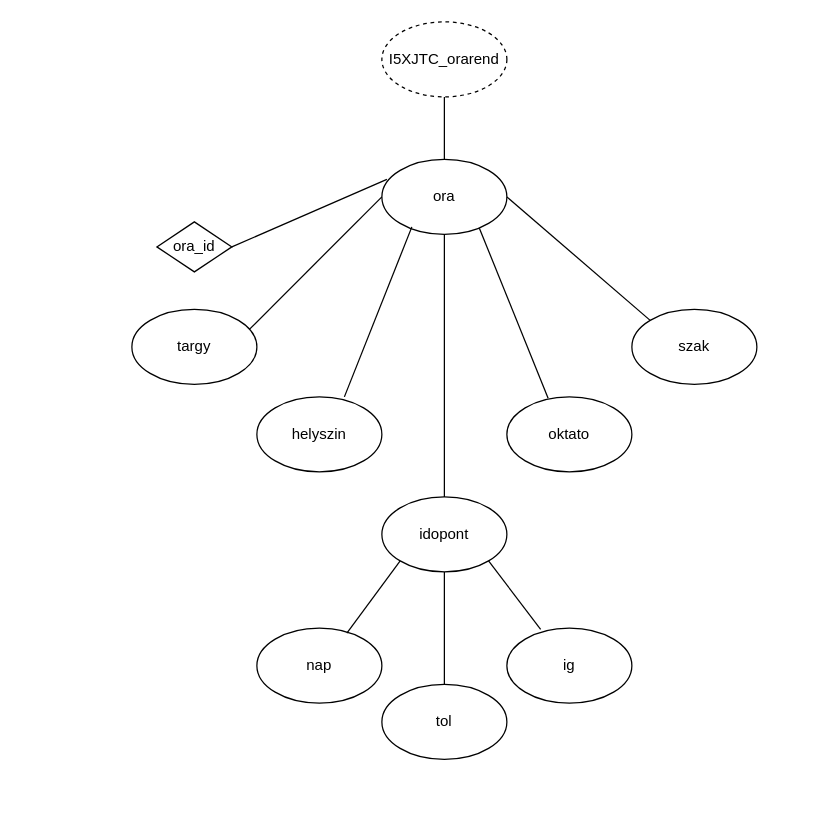
The draw.io diagram I5XJTC_0927/I5XJTC.orarendXDM.drawio in kilesz/I5XJTC_XMLGyak, before the edit. Source tidied: cells renumbered, new cells numbered last; positions are measured from the earlier drawing's top-left corner, leaving out a move shared by most shapes. Both pictures are drawn from the tidied source at 125%, with x=0, y=0 at pixel (131, 21).
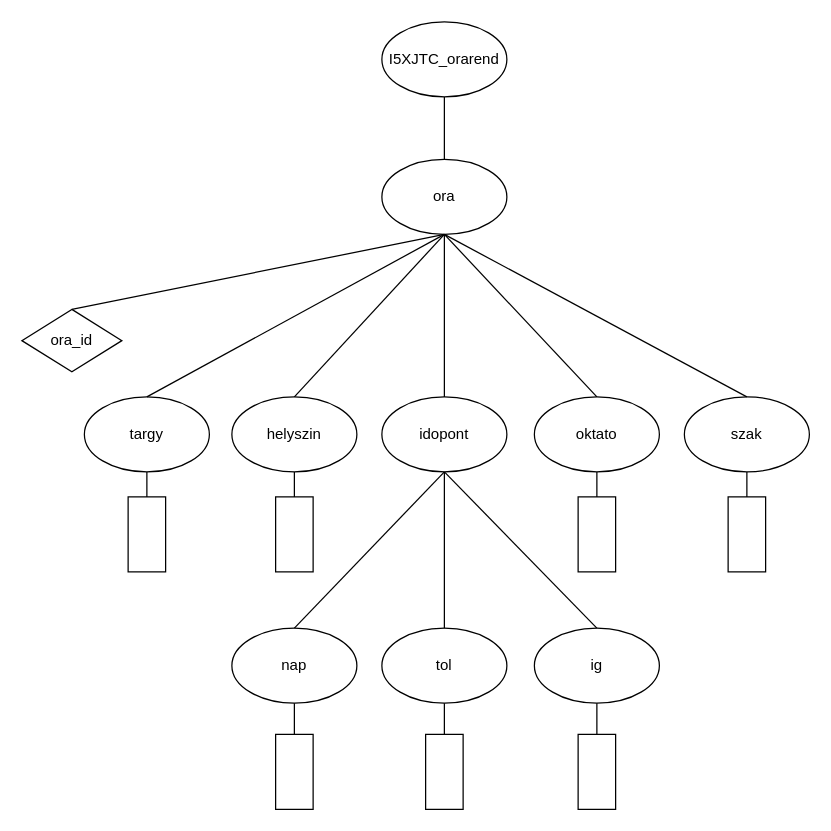
The same page after the edit.

The change refers to these unchanged cells:
```xml
<mxCell id="2" value="ora" style="ellipse;whiteSpace=wrap;html=1;" parent="1" vertex="1">
  <mxGeometry x="200" y="110" width="100" height="60" as="geometry" />
</mxCell>
```

The edit, as a diff of the source:
```diff
@@
     <mxCell id="3" value="ora_id" style="rhombus;whiteSpace=wrap;html=1;" parent="1" vertex="1">
-      <mxGeometry x="20" y="160" width="60" height="40" as="geometry" />
+      <mxGeometry x="-88" y="230" width="80" height="50" as="geometry" />
     </mxCell>
-    <mxCell id="4" value="I5XJTC_orarend" style="ellipse;whiteSpace=wrap;html=1;dashed=1;" parent="1" vertex="1">
+    <mxCell id="4" value="I5XJTC_orarend" style="ellipse;whiteSpace=wrap;html=1;" parent="1" vertex="1">
       <mxGeometry x="200" width="100" height="60" as="geometry" />
     </mxCell>
     <mxCell id="5" value="helyszin" style="ellipse;whiteSpace=wrap;html=1;" parent="1" vertex="1">
-      <mxGeometry x="100" y="300" width="100" height="60" as="geometry" />
+      <mxGeometry x="80" y="300" width="100" height="60" as="geometry" />
     </mxCell>
     <mxCell id="6" value="oktato" style="ellipse;whiteSpace=wrap;html=1;" parent="1" vertex="1">
-      <mxGeometry x="300" y="300" width="100" height="60" as="geometry" />
+      <mxGeometry x="322" y="300" width="100" height="60" as="geometry" />
     </mxCell>
     <mxCell id="7" value="idopont" style="ellipse;whiteSpace=wrap;html=1;" parent="1" vertex="1">
-      <mxGeometry x="200" y="380" width="100" height="60" as="geometry" />
+      <mxGeometry x="200" y="300" width="100" height="60" as="geometry" />
     </mxCell>
     <mxCell id="8" value="szak" style="ellipse;whiteSpace=wrap;html=1;" parent="1" vertex="1">
-      <mxGeometry x="400" y="230" width="100" height="60" as="geometry" />
+      <mxGeometry x="442" y="300" width="100" height="60" as="geometry" />
     </mxCell>
     <mxCell id="9" value="targy" style="ellipse;whiteSpace=wrap;html=1;" parent="1" vertex="1">
-      <mxGeometry y="230" width="100" height="60" as="geometry" />
+      <mxGeometry x="-38" y="300" width="100" height="60" as="geometry" />
     </mxCell>
     <mxCell id="10" value="nap" style="ellipse;whiteSpace=wrap;html=1;" parent="1" vertex="1">
-      <mxGeometry x="100" y="485" width="100" height="60" as="geometry" />
+      <mxGeometry x="80" y="485" width="100" height="60" as="geometry" />
     </mxCell>
     <mxCell id="11" value="tol" style="ellipse;whiteSpace=wrap;html=1;" parent="1" vertex="1">
-      <mxGeometry x="200" y="530" width="100" height="60" as="geometry" />
+      <mxGeometry x="200" y="485" width="100" height="60" as="geometry" />
     </mxCell>
     <mxCell id="12" value="ig" style="ellipse;whiteSpace=wrap;html=1;" parent="1" vertex="1">
-      <mxGeometry x="300" y="485" width="100" height="60" as="geometry" />
+      <mxGeometry x="322" y="485" width="100" height="60" as="geometry" />
     </mxCell>
@@
-    <mxCell id="14" style="endArrow=none;html=1;rounded=0;entryX=0.78;entryY=0.917;entryDx=0;entryDy=0;entryPerimeter=0;exitX=0.33;exitY=0.017;exitDx=0;exitDy=0;exitPerimeter=0;" parent="1" edge="1" source="6" target="2">
+    <mxCell id="14" style="endArrow=none;html=1;rounded=0;entryX=0.5;entryY=1;entryDx=0;entryDy=0;exitX=0.5;exitY=0;exitDx=0;exitDy=0;" parent="1" edge="1" source="6" target="2">
       <mxGeometry relative="1" as="geometry" />
     </mxCell>
-    <mxCell id="15" style="endArrow=none;html=1;rounded=0;entryX=0.24;entryY=0.9;entryDx=0;entryDy=0;entryPerimeter=0;exitX=0.7;exitY=0;exitDx=0;exitDy=0;exitPerimeter=0;" parent="1" edge="1" source="5" target="2">
+    <mxCell id="15" style="endArrow=none;html=1;rounded=0;entryX=0.5;entryY=1;entryDx=0;entryDy=0;exitX=0.5;exitY=0;exitDx=0;exitDy=0;" parent="1" edge="1" source="5" target="2">
       <mxGeometry relative="1" as="geometry" />
     </mxCell>
@@
-    <mxCell id="17" style="endArrow=none;html=1;rounded=0;entryX=0.27;entryY=0.017;entryDx=0;entryDy=0;entryPerimeter=0;exitX=1;exitY=1;exitDx=0;exitDy=0;" parent="1" edge="1" source="7" target="12">
+    <mxCell id="17" style="endArrow=none;html=1;rounded=0;entryX=0.5;entryY=0;entryDx=0;entryDy=0;exitX=0.5;exitY=1;exitDx=0;exitDy=0;" parent="1" edge="1" source="7" target="12">
       <mxGeometry relative="1" as="geometry" />
     </mxCell>
@@
-    <mxCell id="19" style="endArrow=none;html=1;rounded=0;entryX=0;entryY=1;entryDx=0;entryDy=0;exitX=0.72;exitY=0.067;exitDx=0;exitDy=0;exitPerimeter=0;" parent="1" edge="1" source="10" target="7">
+    <mxCell id="19" style="endArrow=none;html=1;rounded=0;entryX=0.5;entryY=1;entryDx=0;entryDy=0;exitX=0.5;exitY=0;exitDx=0;exitDy=0;" parent="1" edge="1" source="10" target="7">
       <mxGeometry relative="1" as="geometry" />
     </mxCell>
-    <mxCell id="20" style="endArrow=none;html=1;rounded=0;entryX=1;entryY=0.5;entryDx=0;entryDy=0;exitX=0;exitY=0;exitDx=0;exitDy=0;" parent="1" edge="1" source="8" target="2">
+    <mxCell id="20" style="endArrow=none;html=1;rounded=0;entryX=0.5;entryY=1;entryDx=0;entryDy=0;exitX=0.5;exitY=0;exitDx=0;exitDy=0;" parent="1" edge="1" source="8" target="2">
       <mxGeometry relative="1" as="geometry" />
     </mxCell>
-    <mxCell id="21" style="endArrow=none;html=1;rounded=0;entryX=0;entryY=0.5;entryDx=0;entryDy=0;exitX=0.94;exitY=0.267;exitDx=0;exitDy=0;exitPerimeter=0;" parent="1" edge="1" source="9" target="2">
+    <mxCell id="21" style="endArrow=none;html=1;rounded=0;entryX=0.5;entryY=1;entryDx=0;entryDy=0;exitX=0.5;exitY=0;exitDx=0;exitDy=0;" parent="1" edge="1" source="9" target="2">
       <mxGeometry relative="1" as="geometry" />
     </mxCell>
-    <mxCell id="22" style="endArrow=none;html=1;rounded=0;exitX=1;exitY=0.5;exitDx=0;exitDy=0;entryX=0.04;entryY=0.267;entryDx=0;entryDy=0;entryPerimeter=0;" parent="1" edge="1" source="3" target="2">
+    <mxCell id="22" style="endArrow=none;html=1;rounded=0;exitX=0.5;exitY=0;exitDx=0;exitDy=0;entryX=0.5;entryY=1;entryDx=0;entryDy=0;" parent="1" edge="1" source="3" target="2">
       <mxGeometry relative="1" as="geometry" />
     </mxCell>
+    <mxCell id="23" style="rounded=0;whiteSpace=wrap;html=1;" parent="1" vertex="1">
+      <mxGeometry x="-3" y="380" width="30" height="60" as="geometry" />
+    </mxCell>
+    <mxCell id="24" style="rounded=0;whiteSpace=wrap;html=1;" parent="1" vertex="1">
+      <mxGeometry x="115" y="380" width="30" height="60" as="geometry" />
+    </mxCell>
+    <mxCell id="25" style="rounded=0;whiteSpace=wrap;html=1;" parent="1" vertex="1">
+      <mxGeometry x="115" y="570" width="30" height="60" as="geometry" />
+    </mxCell>
+    <mxCell id="26" style="rounded=0;whiteSpace=wrap;html=1;" parent="1" vertex="1">
+      <mxGeometry x="235" y="570" width="30" height="60" as="geometry" />
+    </mxCell>
+    <mxCell id="27" style="rounded=0;whiteSpace=wrap;html=1;" parent="1" vertex="1">
+      <mxGeometry x="357" y="570" width="30" height="60" as="geometry" />
+    </mxCell>
+    <mxCell id="28" style="rounded=0;whiteSpace=wrap;html=1;" parent="1" vertex="1">
+      <mxGeometry x="357" y="380" width="30" height="60" as="geometry" />
+    </mxCell>
+    <mxCell id="29" style="rounded=0;whiteSpace=wrap;html=1;" parent="1" vertex="1">
+      <mxGeometry x="477" y="380" width="30" height="60" as="geometry" />
+    </mxCell>
+    <mxCell id="30" style="endArrow=none;html=1;rounded=0;entryX=0.5;entryY=1;entryDx=0;entryDy=0;exitX=0.5;exitY=0;exitDx=0;exitDy=0;" parent="1" edge="1" source="23" target="9">
+      <mxGeometry relative="1" as="geometry" />
+    </mxCell>
+    <mxCell id="31" style="endArrow=none;html=1;rounded=0;entryX=0.5;entryY=1;entryDx=0;entryDy=0;exitX=0.5;exitY=0;exitDx=0;exitDy=0;" parent="1" edge="1" source="24" target="5">
+      <mxGeometry relative="1" as="geometry" />
+    </mxCell>
+    <mxCell id="32" style="endArrow=none;html=1;rounded=0;entryX=0.5;entryY=1;entryDx=0;entryDy=0;exitX=0.5;exitY=0;exitDx=0;exitDy=0;" parent="1" edge="1" source="28" target="6">
+      <mxGeometry relative="1" as="geometry" />
+    </mxCell>
+    <mxCell id="33" style="endArrow=none;html=1;rounded=0;entryX=0.5;entryY=1;entryDx=0;entryDy=0;exitX=0.5;exitY=0;exitDx=0;exitDy=0;" parent="1" edge="1" source="29" target="8">
+      <mxGeometry relative="1" as="geometry" />
+    </mxCell>
+    <mxCell id="34" style="endArrow=none;html=1;rounded=0;entryX=0.5;entryY=1;entryDx=0;entryDy=0;exitX=0.5;exitY=0;exitDx=0;exitDy=0;" parent="1" edge="1" source="25" target="10">
+      <mxGeometry relative="1" as="geometry" />
+    </mxCell>
+    <mxCell id="35" style="endArrow=none;html=1;rounded=0;entryX=0.5;entryY=0;entryDx=0;entryDy=0;exitX=0.5;exitY=1;exitDx=0;exitDy=0;" parent="1" edge="1" source="11" target="26">
+      <mxGeometry relative="1" as="geometry" />
+    </mxCell>
+    <mxCell id="36" style="endArrow=none;html=1;rounded=0;entryX=0.5;entryY=0;entryDx=0;entryDy=0;exitX=0.5;exitY=1;exitDx=0;exitDy=0;" parent="1" edge="1" source="12" target="27">
+      <mxGeometry relative="1" as="geometry" />
+    </mxCell>
```
